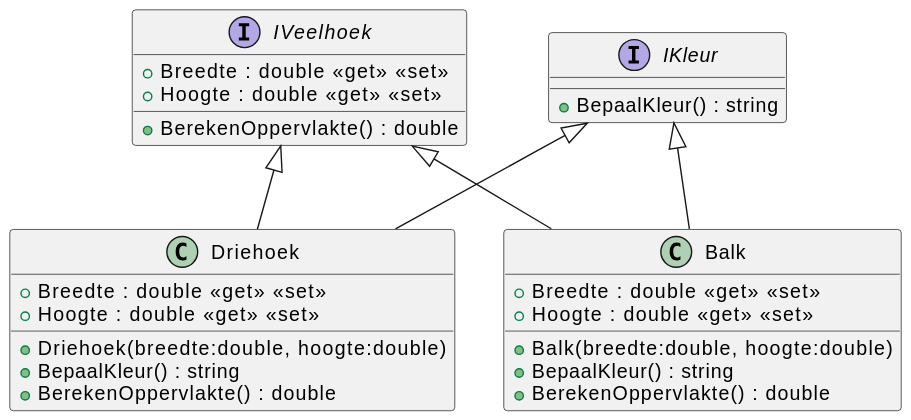
The PlantUML diagram 08/08_00/svg/Overview.svg in it-graduaten/template-csharp-ooprogramming-permanente-evaluatie, before a commit. Its diagram source:
```plantuml
@startuml
!include Driehoek.puml
!include IVeelhoek.puml
!include IKleur.puml
!include Balk.puml
@enduml
```
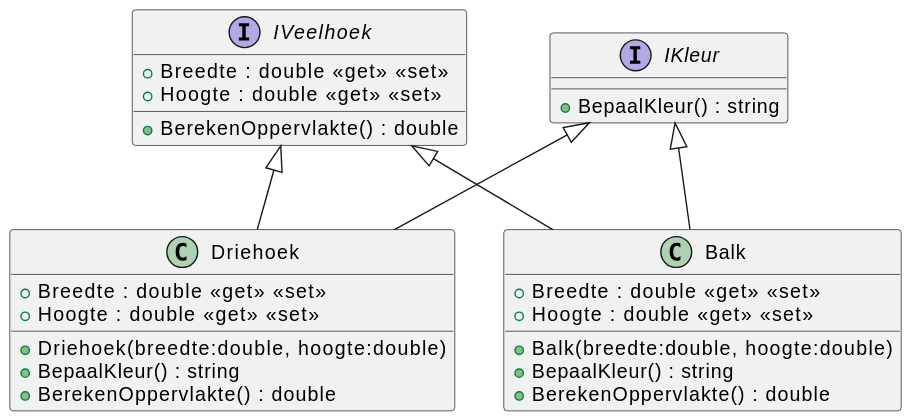
Later version of the same file.

The edit, as a diff of the source:
```diff
@@ -1,6 +1,6 @@
 @startuml
 !include Driehoek.puml
+!include Balk.puml
+!include IKleur.puml
 !include IVeelhoek.puml
-!include IKleur.puml
-!include Balk.puml
 @enduml
```
